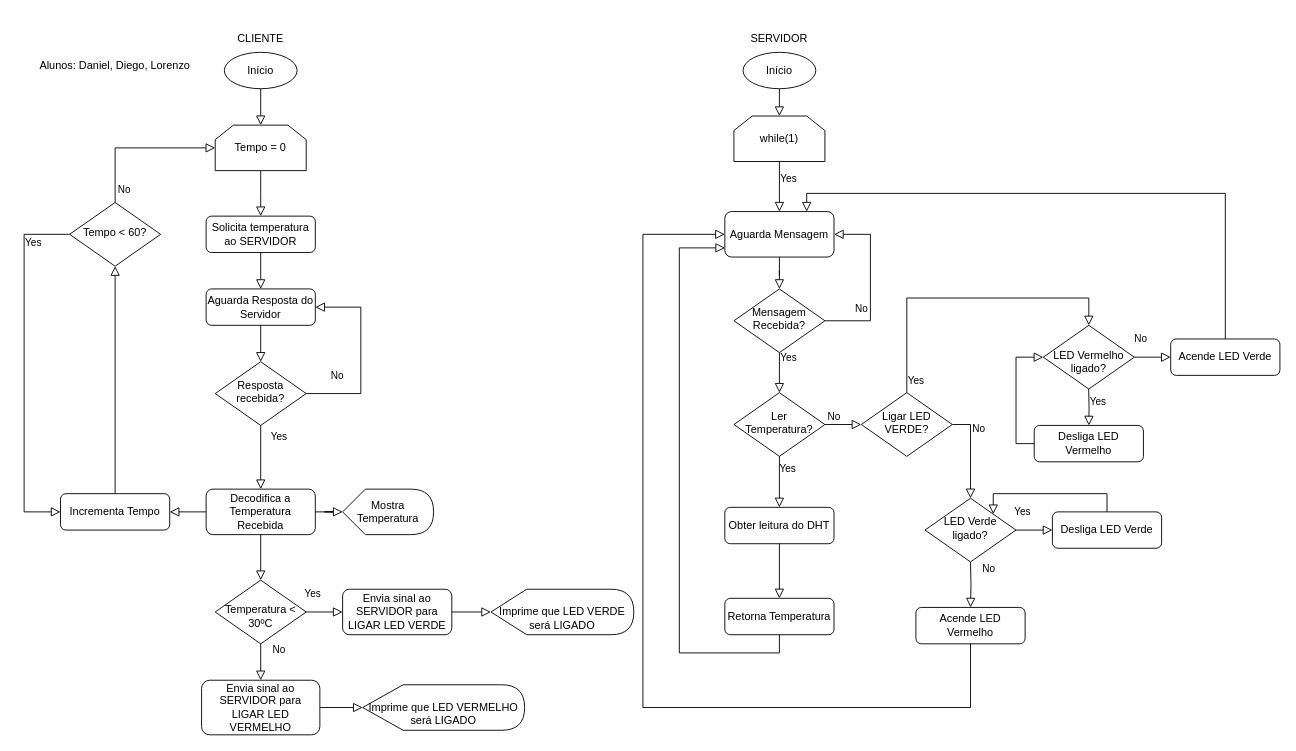
Above: fluxograma_gb/fluxograma_gb.drawio in klauck-daniel/2022_02_sistemasDistribuidos (draw.io), before the change. Source tidied: cells renumbered, new cells numbered last; positions are measured from the earlier drawing's top-left corner, leaving out a move shared by most shapes. Both pictures are drawn from the tidied source at 91%, with x=0, y=0 at pixel (24, 25).
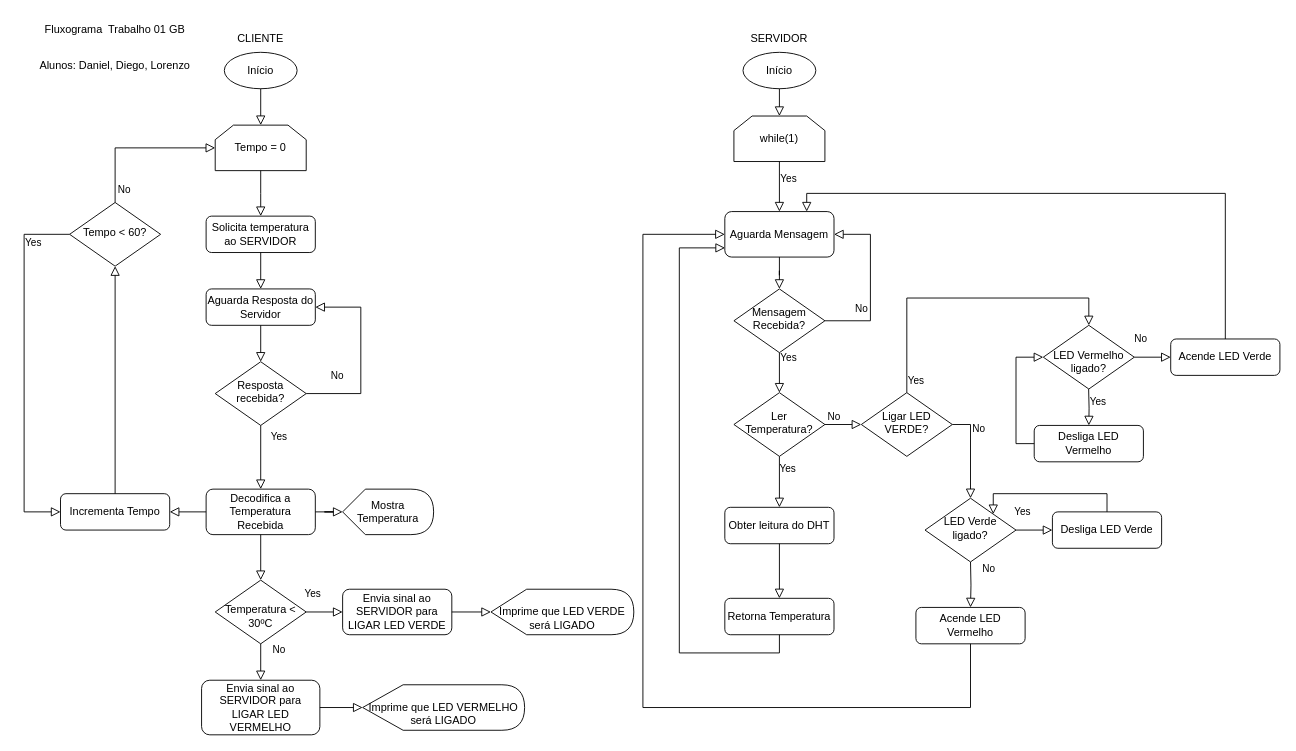
Above is the later version.

Change to the diagram source:
```diff
@@
+    <mxCell id="68" value="Fluxograma&amp;nbsp; Trabalho 01 GB" style="text;html=1;strokeColor=none;fillColor=none;align=center;verticalAlign=middle;whiteSpace=wrap;rounded=0;comic=0;" parent="1" vertex="1">
+      <mxGeometry x="15" y="-10" width="170" height="30" as="geometry" />
+    </mxCell>
```
